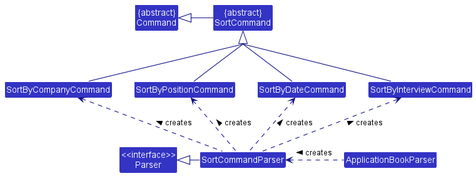
Earlier version of the PlantUML export docs/images/SortClassDiagram.png (nus-cs2103-AY2223S1/tp). Its diagram source:
```plantuml
@startuml
!include style.puml
skinparam arrowThickness 1.1
skinparam arrowColor LOGIC_COLOR_T4
skinparam classBackgroundColor LOGIC_COLOR
skinparam groupInheritance 2

Class "{abstract}\nCommand" as Command
Class "{abstract}\nSortCommand" as SortCommand
Class SortByInterviewCommand extends SortCommand
Class SortByDateCommand extends SortCommand
Class SortByPositionCommand extends SortCommand
Class SortByCompanyCommand extends SortCommand

Class "<<interface>>\nParser" as Parser
Class SortCommandParser
Class ApplicationBookParser

SortCommand -up|> Command
SortCommandParser .up.> SortByInterviewCommand : creates >
SortCommandParser .up.> SortByDateCommand : creates >
SortCommandParser .up.> SortByPositionCommand : creates >
SortCommandParser .up.> SortByCompanyCommand : creates >

SortCommandParser -left-|> Parser
ApplicationBookParser .left.> SortCommandParser : creates >
@enduml
```
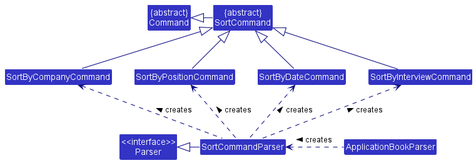
After the commit.

Diff of the diagram source:
```diff
@@ -3,14 +3,13 @@
 skinparam arrowThickness 1.1
 skinparam arrowColor LOGIC_COLOR_T4
 skinparam classBackgroundColor LOGIC_COLOR
-skinparam groupInheritance 2
 
 Class "{abstract}\nCommand" as Command
 Class "{abstract}\nSortCommand" as SortCommand
-Class SortByInterviewCommand extends SortCommand
-Class SortByDateCommand extends SortCommand
-Class SortByPositionCommand extends SortCommand
-Class SortByCompanyCommand extends SortCommand
+Class SortByInterviewCommand
+Class SortByDateCommand
+Class SortByPositionCommand
+Class SortByCompanyCommand
 
 Class "<<interface>>\nParser" as Parser
 Class SortCommandParser
@@ -22,6 +21,11 @@
 SortCommandParser .up.> SortByPositionCommand : creates >
 SortCommandParser .up.> SortByCompanyCommand : creates >
 
+SortByInterviewCommand -up-|> SortCommand
+SortByDateCommand -up-|> SortCommand
+SortByPositionCommand -up-|> SortCommand
+SortByCompanyCommand -up-|> SortCommand
+
 SortCommandParser -left-|> Parser
 ApplicationBookParser .left.> SortCommandParser : creates >
 @enduml
```
